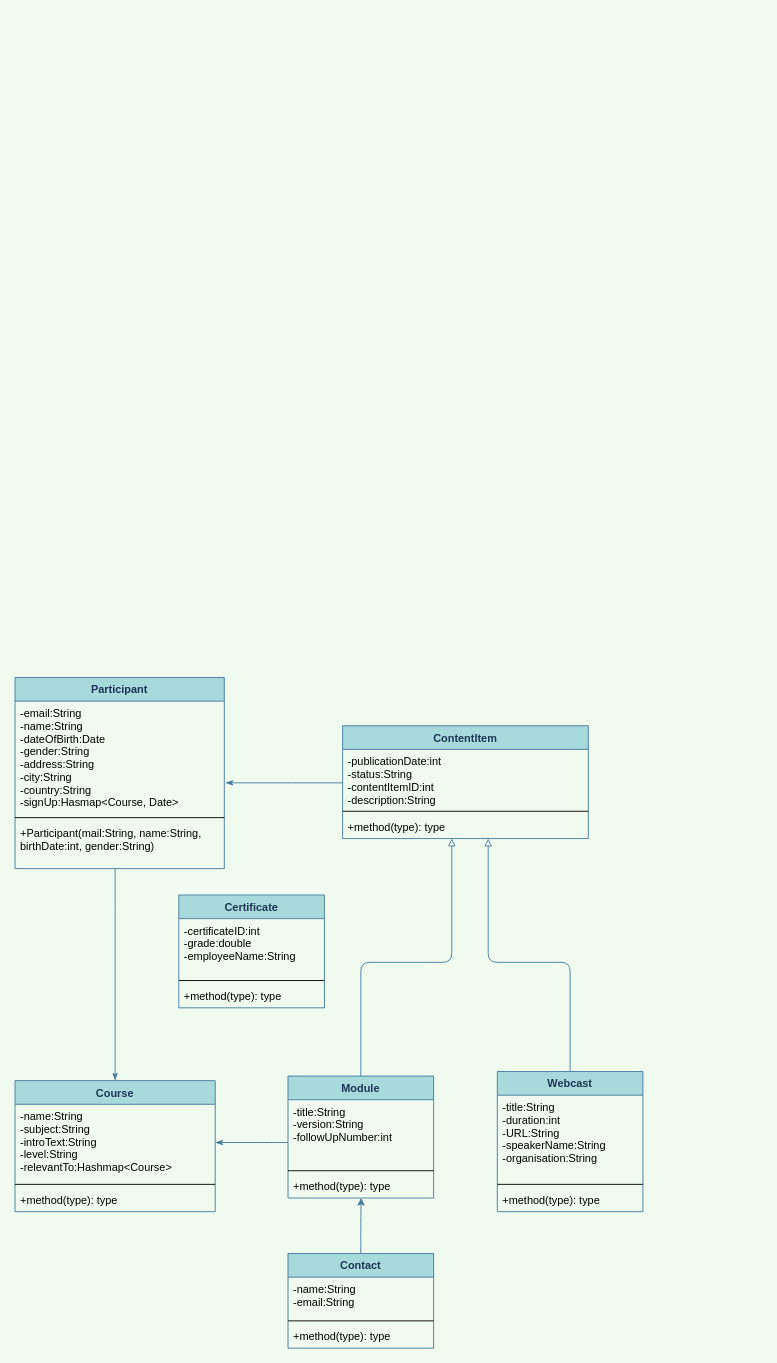
Earlier version of the draw.io diagram Diagrammen/Class diagram.drawio (TeaDrinkingProgrammer/MRLS-programmeren2). Source tidied: cells renumbered, new cells numbered last; positions are measured from the earlier drawing's top-left corner, leaving out a move shared by most shapes. Both pictures are drawn from the tidied source at 91%, with x=0, y=0 at pixel (15, 677).
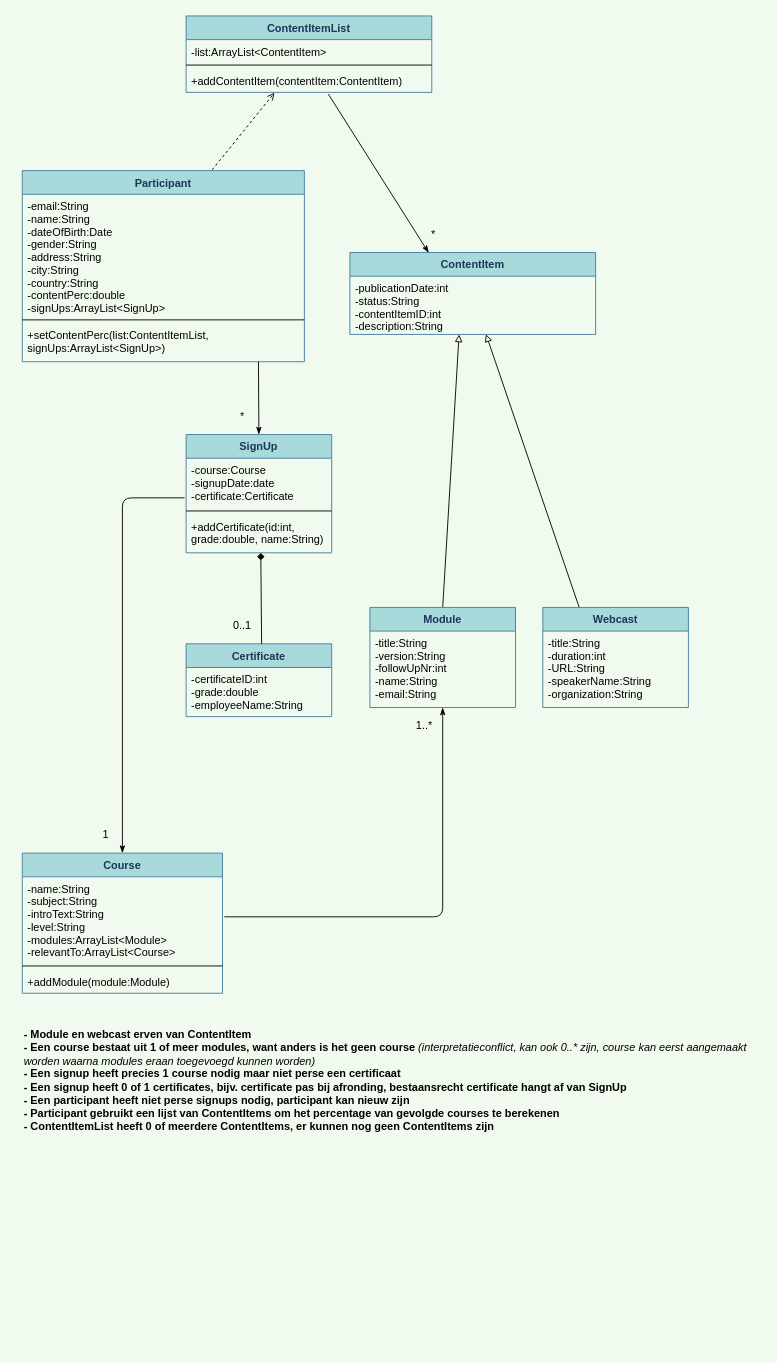
After the change.

Commit message (it also covers changes not shown here):
nieuwe diagrammen met feedback erbij

Unchanged cells that the change refers to:
```xml
<mxCell id="4" value="-publicationDate:int&#10;-status:String&#10;-contentItemID:int&#10;-description:String" style="text;strokeColor=none;fillColor=none;align=left;verticalAlign=top;spacingLeft=4;spacingRight=4;overflow=hidden;points=[[0,0.5],[1,0.5]];portConstraint=eastwest;" parent="3" vertex="1">
  <mxGeometry y="26" width="270" height="64" as="geometry" />
</mxCell>
```

What changed in the source:
```diff
@@
-    <mxCell id="2" style="edgeStyle=orthogonalEdgeStyle;curved=0;rounded=1;sketch=0;jettySize=auto;html=1;startArrow=none;startFill=0;endArrow=classicThin;endFill=1;strokeColor=#457B9D;fillColor=#A8DADC;fontColor=#1D3557;entryX=1.005;entryY=0.724;entryDx=0;entryDy=0;entryPerimeter=0;" parent="1" edge="1" source="3" target="24">
-      <mxGeometry relative="1" as="geometry">
-        <Array as="points">
-          <mxPoint x="295" y="115" />
-        </Array>
-      </mxGeometry>
+    <mxCell id="2" style="rounded=1;sketch=0;jettySize=auto;html=1;startArrow=none;startFill=0;endArrow=classicThin;endFill=1;fillColor=#A8DADC;fontColor=#1D3557;entryX=0.321;entryY=0.005;entryDx=0;entryDy=0;entryPerimeter=0;exitX=0.579;exitY=1.071;exitDx=0;exitDy=0;exitPerimeter=0;" parent="1" edge="1" source="39" target="3">
+      <mxGeometry relative="1" as="geometry" />
     </mxCell>
     <mxCell id="3" value="ContentItem" style="swimlane;fontStyle=1;align=center;verticalAlign=top;horizontal=1;startSize=26;rounded=0;sketch=0;strokeColor=#457B9D;fillColor=#A8DADC;fontColor=#1D3557;" parent="1" vertex="1">
-      <mxGeometry x="360" y="53" width="270" height="124" as="geometry" />
+      <mxGeometry x="368" y="-467" width="270" height="90" as="geometry" />
     </mxCell>
@@
-    <mxCell id="5" style="line;strokeWidth=1;fillColor=none;align=left;verticalAlign=middle;spacingTop=-1;spacingLeft=3;spacingRight=3;labelPosition=right;" parent="3" vertex="1">
-      <mxGeometry y="90" width="270" height="8" as="geometry" />
-    </mxCell>
-    <mxCell id="6" value="+method(type): type" style="text;strokeColor=none;fillColor=none;align=left;verticalAlign=top;spacingLeft=4;spacingRight=4;overflow=hidden;" parent="3" vertex="1">
-      <mxGeometry y="98" width="270" height="26" as="geometry" />
-    </mxCell>
-    <mxCell id="7" style="edgeStyle=orthogonalEdgeStyle;curved=0;rounded=1;sketch=0;jettySize=auto;html=1;startArrow=none;startFill=0;endArrow=block;endFill=0;strokeColor=#457B9D;fillColor=#A8DADC;fontColor=#1D3557;" parent="1" edge="1" source="9">
+    <mxCell id="7" style="rounded=1;sketch=0;jettySize=auto;html=1;startArrow=none;startFill=0;endArrow=block;endFill=0;fillColor=#A8DADC;fontColor=#1D3557;exitX=0.5;exitY=0;exitDx=0;exitDy=0;" parent="3" edge="1" source="9">
       <mxGeometry relative="1" as="geometry">
-        <mxPoint x="480" y="177" as="targetPoint" />
-        <Array as="points">
-          <mxPoint x="380" y="313" />
-          <mxPoint x="480" y="313" />
-        </Array>
+        <mxPoint x="120" y="90" as="targetPoint" />
       </mxGeometry>
     </mxCell>
-    <mxCell id="8" style="edgeStyle=orthogonalEdgeStyle;curved=0;rounded=1;sketch=0;jettySize=auto;html=1;entryX=1;entryY=0.5;entryDx=0;entryDy=0;startArrow=none;startFill=0;endArrow=classicThin;endFill=1;strokeColor=#457B9D;fillColor=#A8DADC;fontColor=#1D3557;" parent="1" edge="1" source="9" target="19">
+    <mxCell id="8" style="rounded=1;sketch=0;jettySize=auto;html=1;startArrow=classicThin;startFill=1;endArrow=none;endFill=0;fillColor=#A8DADC;fontColor=#1D3557;" parent="1" edge="1" source="9">
       <mxGeometry relative="1" as="geometry">
+        <mxPoint x="230" y="263" as="targetPoint" />
         <Array as="points">
-          <mxPoint x="280" y="511" />
-          <mxPoint x="280" y="511" />
+          <mxPoint x="470" y="263" />
         </Array>
       </mxGeometry>
     </mxCell>
     <mxCell id="9" value="Module" style="swimlane;fontStyle=1;align=center;verticalAlign=top;horizontal=1;startSize=26;rounded=0;sketch=0;strokeColor=#457B9D;fillColor=#A8DADC;fontColor=#1D3557;" parent="1" vertex="1">
-      <mxGeometry x="300" y="438" width="160" height="134" as="geometry" />
+      <mxGeometry x="390" y="-77" width="160" height="110" as="geometry" />
     </mxCell>
-    <mxCell id="10" value="-title:String&#10;-version:String&#10;-followUpNumber:int" style="text;strokeColor=none;fillColor=none;align=left;verticalAlign=top;spacingLeft=4;spacingRight=4;overflow=hidden;" parent="9" vertex="1">
-      <mxGeometry y="26" width="160" height="74" as="geometry" />
+    <mxCell id="10" value="-title:String&#10;-version:String&#10;-followUpNr:int&#10;-name:String&#10;-email:String" style="text;strokeColor=none;fillColor=none;align=left;verticalAlign=top;spacingLeft=4;spacingRight=4;overflow=hidden;" parent="9" vertex="1">
+      <mxGeometry y="26" width="160" height="84" as="geometry" />
     </mxCell>
-    <mxCell id="11" style="line;strokeWidth=1;fillColor=none;align=left;verticalAlign=middle;spacingTop=-1;spacingLeft=3;spacingRight=3;labelPosition=right;" parent="9" vertex="1">
-      <mxGeometry y="100" width="160" height="8" as="geometry" />
-    </mxCell>
-    <mxCell id="12" value="+method(type): type" style="text;strokeColor=none;fillColor=none;align=left;verticalAlign=top;spacingLeft=4;spacingRight=4;overflow=hidden;points=[[0,0.5],[1,0.5]];portConstraint=eastwest;" parent="9" vertex="1">
-      <mxGeometry y="108" width="160" height="26" as="geometry" />
-    </mxCell>
-    <mxCell id="13" style="edgeStyle=orthogonalEdgeStyle;curved=0;rounded=1;sketch=0;jettySize=auto;html=1;startArrow=none;startFill=0;endArrow=block;endFill=0;strokeColor=#457B9D;fillColor=#A8DADC;fontColor=#1D3557;" parent="1" edge="1" source="14">
-      <mxGeometry relative="1" as="geometry">
-        <mxPoint x="520" y="177" as="targetPoint" />
-        <Array as="points">
-          <mxPoint x="610" y="313" />
-          <mxPoint x="520" y="313" />
-          <mxPoint x="520" y="177" />
-        </Array>
-      </mxGeometry>
+    <mxCell id="13" style="rounded=1;sketch=0;jettySize=auto;html=1;startArrow=none;startFill=0;endArrow=block;endFill=0;fillColor=#A8DADC;fontColor=#1D3557;entryX=0.554;entryY=0.997;entryDx=0;entryDy=0;entryPerimeter=0;exitX=0.25;exitY=0;exitDx=0;exitDy=0;" parent="1" edge="1" source="14" target="4">
+      <mxGeometry relative="1" as="geometry" />
     </mxCell>
     <mxCell id="14" value="Webcast" style="swimlane;fontStyle=1;align=center;verticalAlign=top;horizontal=1;startSize=26;rounded=0;sketch=0;strokeColor=#457B9D;fillColor=#A8DADC;fontColor=#1D3557;" parent="1" vertex="1">
-      <mxGeometry x="530" y="433" width="160" height="154" as="geometry" />
+      <mxGeometry x="580" y="-77" width="160" height="110" as="geometry" />
     </mxCell>
-    <mxCell id="15" value="-title:String&#10;-duration:int&#10;-URL:String&#10;-speakerName:String&#10;-organisation:String" style="text;strokeColor=none;fillColor=none;align=left;verticalAlign=top;spacingLeft=4;spacingRight=4;overflow=hidden;fontStyle=0;" parent="14" vertex="1">
-      <mxGeometry y="26" width="160" height="94" as="geometry" />
+    <mxCell id="15" value="-title:String&#10;-duration:int&#10;-URL:String&#10;-speakerName:String&#10;-organization:String" style="text;strokeColor=none;fillColor=none;align=left;verticalAlign=top;spacingLeft=4;spacingRight=4;overflow=hidden;fontStyle=0;" parent="14" vertex="1">
+      <mxGeometry y="26" width="160" height="84" as="geometry" />
     </mxCell>
-    <mxCell id="16" style="line;strokeWidth=1;fillColor=none;align=left;verticalAlign=middle;spacingTop=-1;spacingLeft=3;spacingRight=3;labelPosition=right;" parent="14" vertex="1">
-      <mxGeometry y="120" width="160" height="8" as="geometry" />
-    </mxCell>
-    <mxCell id="17" value="+method(type): type" style="text;strokeColor=none;fillColor=none;align=left;verticalAlign=top;spacingLeft=4;spacingRight=4;overflow=hidden;" parent="14" vertex="1">
-      <mxGeometry y="128" width="160" height="26" as="geometry" />
-    </mxCell>
     <mxCell id="18" value="Course" style="swimlane;fontStyle=1;align=center;verticalAlign=top;horizontal=1;startSize=26;rounded=0;sketch=0;strokeColor=#457B9D;fillColor=#A8DADC;fontColor=#1D3557;" parent="1" vertex="1">
-      <mxGeometry y="443" width="220" height="144" as="geometry" />
+      <mxGeometry x="8" y="193" width="220" height="154" as="geometry" />
     </mxCell>
-    <mxCell id="19" value="-name:String&#10;-subject:String&#10;-introText:String&#10;-level:String&#10;-relevantTo:Hashmap&lt;Course&gt;" style="text;strokeColor=none;fillColor=none;align=left;verticalAlign=top;spacingLeft=4;spacingRight=4;overflow=hidden;points=[[0,0.5],[1,0.5]];portConstraint=eastwest;" parent="18" vertex="1">
-      <mxGeometry y="26" width="220" height="84" as="geometry" />
+    <mxCell id="19" value="-name:String&#10;-subject:String&#10;-introText:String&#10;-level:String&#10;-modules:ArrayList&lt;Module&gt;&#10;-relevantTo:ArrayList&lt;Course&gt;&#10;" style="text;strokeColor=none;fillColor=none;align=left;verticalAlign=top;spacingLeft=4;spacingRight=4;overflow=hidden;points=[[0,0.5],[1,0.5]];portConstraint=eastwest;" parent="18" vertex="1">
+      <mxGeometry y="26" width="220" height="94" as="geometry" />
     </mxCell>
     <mxCell id="20" style="line;strokeWidth=1;fillColor=none;align=left;verticalAlign=middle;spacingTop=-1;spacingLeft=3;spacingRight=3;labelPosition=right;" parent="18" vertex="1">
-      <mxGeometry y="110" width="220" height="8" as="geometry" />
+      <mxGeometry y="120" width="220" height="8" as="geometry" />
     </mxCell>
-    <mxCell id="21" value="+method(type): type" style="text;strokeColor=none;fillColor=none;align=left;verticalAlign=top;spacingLeft=4;spacingRight=4;overflow=hidden;" parent="18" vertex="1">
-      <mxGeometry y="118" width="220" height="26" as="geometry" />
+    <mxCell id="21" value="+addModule(module:Module)" style="text;strokeColor=none;fillColor=none;align=left;verticalAlign=top;spacingLeft=4;spacingRight=4;overflow=hidden;" parent="18" vertex="1">
+      <mxGeometry y="128" width="220" height="26" as="geometry" />
     </mxCell>
-    <mxCell id="22" style="edgeStyle=orthogonalEdgeStyle;curved=0;rounded=1;sketch=0;jettySize=auto;html=1;entryX=0.5;entryY=0;entryDx=0;entryDy=0;startArrow=none;startFill=0;endArrow=classicThin;endFill=1;strokeColor=#457B9D;fillColor=#A8DADC;fontColor=#1D3557;" parent="1" edge="1" source="23" target="18">
-      <mxGeometry relative="1" as="geometry">
-        <Array as="points">
-          <mxPoint x="110" y="263" />
-          <mxPoint x="110" y="263" />
-        </Array>
-      </mxGeometry>
+    <mxCell id="22" style="rounded=1;sketch=0;jettySize=auto;html=1;entryX=0.5;entryY=0;entryDx=0;entryDy=0;startArrow=none;startFill=0;endArrow=classicThin;endFill=1;fillColor=#A8DADC;fontColor=#1D3557;edgeStyle=orthogonalEdgeStyle;exitX=-0.011;exitY=0.807;exitDx=0;exitDy=0;exitPerimeter=0;" parent="1" edge="1" source="42" target="18">
+      <mxGeometry relative="1" as="geometry" />
     </mxCell>
     <mxCell id="23" value="Participant" style="swimlane;fontStyle=1;align=center;verticalAlign=top;horizontal=1;startSize=26;rounded=0;sketch=0;strokeColor=#457B9D;fillColor=#A8DADC;fontColor=#1D3557;" parent="1" vertex="1">
-      <mxGeometry width="230" height="210" as="geometry" />
+      <mxGeometry x="8" y="-557" width="310" height="210" as="geometry" />
     </mxCell>
-    <mxCell id="24" value="-email:String&#10;-name:String&#10;-dateOfBirth:Date&#10;-gender:String&#10;-address:String&#10;-city:String&#10;-country:String&#10;-signUp:Hasmap&lt;Course, Date&gt;" style="text;strokeColor=none;fillColor=none;align=left;verticalAlign=top;spacingLeft=4;spacingRight=4;overflow=hidden;points=[[0,0.5],[1,0.5]];portConstraint=eastwest;" parent="23" vertex="1">
-      <mxGeometry y="26" width="230" height="124" as="geometry" />
+    <mxCell id="24" value="-email:String&#10;-name:String&#10;-dateOfBirth:Date&#10;-gender:String&#10;-address:String&#10;-city:String&#10;-country:String&#10;-contentPerc:double&#10;-signUps:ArrayList&lt;SignUp&gt;" style="text;strokeColor=none;fillColor=none;align=left;verticalAlign=top;spacingLeft=4;spacingRight=4;overflow=hidden;points=[[0,0.5],[1,0.5]];portConstraint=eastwest;" parent="23" vertex="1">
+      <mxGeometry y="26" width="310" height="134" as="geometry" />
     </mxCell>
     <mxCell id="25" style="line;strokeWidth=1;fillColor=none;align=left;verticalAlign=middle;spacingTop=-1;spacingLeft=3;spacingRight=3;labelPosition=right;" parent="23" vertex="1">
-      <mxGeometry y="150" width="230" height="8" as="geometry" />
+      <mxGeometry y="160" width="310" height="8" as="geometry" />
     </mxCell>
-    <mxCell id="26" value="+Participant(mail:String, name:String,&#10;birthDate:int, gender:String)" style="text;strokeColor=none;fillColor=none;align=left;verticalAlign=top;spacingLeft=4;spacingRight=4;overflow=hidden;" parent="23" vertex="1">
-      <mxGeometry y="158" width="230" height="52" as="geometry" />
+    <mxCell id="26" value="+setContentPerc(list:ContentItemList,&#10;signUps:ArrayList&lt;SignUp&gt;)" style="text;strokeColor=none;fillColor=none;align=left;verticalAlign=top;spacingLeft=4;spacingRight=4;overflow=hidden;" parent="23" vertex="1">
+      <mxGeometry y="168" width="310" height="42" as="geometry" />
     </mxCell>
     <mxCell id="27" value="Certificate" style="swimlane;fontStyle=1;align=center;verticalAlign=top;horizontal=1;startSize=26;rounded=0;sketch=0;strokeColor=#457B9D;fillColor=#A8DADC;fontColor=#1D3557;" parent="1" vertex="1">
-      <mxGeometry x="180" y="239" width="160" height="124" as="geometry" />
+      <mxGeometry x="188" y="-37" width="160" height="80" as="geometry" />
     </mxCell>
     <mxCell id="28" value="-certificateID:int&#10;-grade:double&#10;-employeeName:String&#10;" style="text;strokeColor=none;fillColor=none;align=left;verticalAlign=top;spacingLeft=4;spacingRight=4;overflow=hidden;" parent="27" vertex="1">
-      <mxGeometry y="26" width="160" height="64" as="geometry" />
+      <mxGeometry y="26" width="160" height="54" as="geometry" />
     </mxCell>
-    <mxCell id="29" style="line;strokeWidth=1;fillColor=none;align=left;verticalAlign=middle;spacingTop=-1;spacingLeft=3;spacingRight=3;labelPosition=right;" parent="27" vertex="1">
-      <mxGeometry y="90" width="160" height="8" as="geometry" />
-    </mxCell>
-    <mxCell id="30" value="+method(type): type" style="text;strokeColor=none;fillColor=none;align=left;verticalAlign=top;spacingLeft=4;spacingRight=4;overflow=hidden;" parent="27" vertex="1">
-      <mxGeometry y="98" width="160" height="26" as="geometry" />
-    </mxCell>
-    <mxCell id="31" style="edgeStyle=orthogonalEdgeStyle;curved=0;rounded=1;sketch=0;jettySize=auto;html=1;entryX=0.502;entryY=0.994;entryDx=0;entryDy=0;entryPerimeter=0;strokeColor=#457B9D;fillColor=#A8DADC;fontColor=#1D3557;" parent="1" edge="1" source="32" target="12">
-      <mxGeometry relative="1" as="geometry" />
-    </mxCell>
-    <mxCell id="32" value="Contact" style="swimlane;fontStyle=1;align=center;verticalAlign=top;horizontal=1;startSize=26;rounded=0;sketch=0;strokeColor=#457B9D;fillColor=#A8DADC;fontColor=#1D3557;" parent="1" vertex="1">
-      <mxGeometry x="300" y="633" width="160" height="104" as="geometry" />
-    </mxCell>
-    <mxCell id="33" value="-name:String&#10;-email:String" style="text;strokeColor=none;fillColor=none;align=left;verticalAlign=top;spacingLeft=4;spacingRight=4;overflow=hidden;" parent="32" vertex="1">
-      <mxGeometry y="26" width="160" height="44" as="geometry" />
-    </mxCell>
-    <mxCell id="34" style="line;strokeWidth=1;fillColor=none;align=left;verticalAlign=middle;spacingTop=-1;spacingLeft=3;spacingRight=3;labelPosition=right;" parent="32" vertex="1">
-      <mxGeometry y="70" width="160" height="8" as="geometry" />
-    </mxCell>
-    <mxCell id="35" value="+method(type): type" style="text;strokeColor=none;fillColor=none;align=left;verticalAlign=top;spacingLeft=4;spacingRight=4;overflow=hidden;" parent="32" vertex="1">
-      <mxGeometry y="78" width="160" height="26" as="geometry" />
-    </mxCell>
+    <mxCell id="36" value="ContentItemList" style="swimlane;fontStyle=1;align=center;verticalAlign=top;horizontal=1;startSize=26;rounded=0;sketch=0;strokeColor=#457B9D;fillColor=#A8DADC;fontColor=#1D3557;" parent="1" vertex="1">
+      <mxGeometry x="188" y="-727" width="270" height="84" as="geometry" />
+    </mxCell>
+    <mxCell id="37" value="-list:ArrayList&lt;ContentItem&gt;" style="text;strokeColor=none;fillColor=none;align=left;verticalAlign=top;spacingLeft=4;spacingRight=4;overflow=hidden;" parent="36" vertex="1">
+      <mxGeometry y="26" width="270" height="24" as="geometry" />
+    </mxCell>
+    <mxCell id="38" style="line;strokeWidth=1;fillColor=none;align=left;verticalAlign=middle;spacingTop=-1;spacingLeft=3;spacingRight=3;labelPosition=right;" parent="36" vertex="1">
+      <mxGeometry y="50" width="270" height="8" as="geometry" />
+    </mxCell>
+    <mxCell id="39" value="+addContentItem(contentItem:ContentItem)" style="text;strokeColor=none;fillColor=none;align=left;verticalAlign=top;spacingLeft=4;spacingRight=4;overflow=hidden;points=[[0,0.5],[1,0.5]];portConstraint=eastwest;" parent="36" vertex="1">
+      <mxGeometry y="58" width="270" height="26" as="geometry" />
+    </mxCell>
+    <mxCell id="40" style="endArrow=open;dashed=1;html=1;exitX=0.673;exitY=-0.004;exitDx=0;exitDy=0;exitPerimeter=0;startArrow=none;startFill=0;endFill=0;entryX=0.36;entryY=1.016;entryDx=0;entryDy=0;entryPerimeter=0;" parent="1" edge="1" source="23" target="39">
+      <mxGeometry relative="1" as="geometry" />
+    </mxCell>
+    <mxCell id="41" value="SignUp" style="swimlane;fontStyle=1;align=center;verticalAlign=top;horizontal=1;startSize=26;rounded=0;sketch=0;strokeColor=#457B9D;fillColor=#A8DADC;fontColor=#1D3557;" parent="1" vertex="1">
+      <mxGeometry x="188" y="-267" width="160" height="130" as="geometry" />
+    </mxCell>
+    <mxCell id="42" value="-course:Course&#10;-signupDate:date&#10;-certificate:Certificate" style="text;strokeColor=none;fillColor=none;align=left;verticalAlign=top;spacingLeft=4;spacingRight=4;overflow=hidden;points=[[0,0.5],[1,0.5]];portConstraint=eastwest;" parent="41" vertex="1">
+      <mxGeometry y="26" width="160" height="54" as="geometry" />
+    </mxCell>
+    <mxCell id="43" style="line;strokeWidth=1;fillColor=none;align=left;verticalAlign=middle;spacingTop=-1;spacingLeft=3;spacingRight=3;labelPosition=right;" parent="41" vertex="1">
+      <mxGeometry y="80" width="160" height="8" as="geometry" />
+    </mxCell>
+    <mxCell id="44" value="+addCertificate(id:int,&#10;grade:double, name:String)" style="text;strokeColor=none;fillColor=none;align=left;verticalAlign=top;spacingLeft=4;spacingRight=4;overflow=hidden;points=[[0,0.5],[1,0.5]];portConstraint=eastwest;" parent="41" vertex="1">
+      <mxGeometry y="88" width="160" height="42" as="geometry" />
+    </mxCell>
+    <mxCell id="45" style="endArrow=diamond;html=1;strokeColor=#000000;startArrow=none;startFill=0;endFill=1;entryX=0.513;entryY=1;entryDx=0;entryDy=0;entryPerimeter=0;" parent="1" edge="1" target="44">
+      <mxGeometry relative="1" as="geometry">
+        <mxPoint x="271" y="-37" as="sourcePoint" />
+      </mxGeometry>
+    </mxCell>
+    <mxCell id="46" style="endArrow=none;html=1;strokeColor=#000000;entryX=0.513;entryY=1.106;entryDx=0;entryDy=0;entryPerimeter=0;startArrow=classicThin;startFill=1;endFill=0;exitX=0.5;exitY=0;exitDx=0;exitDy=0;" parent="1" edge="1" source="41">
+      <mxGeometry relative="1" as="geometry">
+        <mxPoint x="267.5" y="-347" as="targetPoint" />
+      </mxGeometry>
+    </mxCell>
+    <mxCell id="47" value="0..1" style="text;html=1;strokeColor=none;fillColor=none;align=center;verticalAlign=middle;whiteSpace=wrap;rounded=0;" parent="1" vertex="1">
+      <mxGeometry x="230" y="-67" width="40" height="20" as="geometry" />
+    </mxCell>
+    <mxCell id="48" value="*" style="text;html=1;strokeColor=none;fillColor=none;align=center;verticalAlign=middle;whiteSpace=wrap;rounded=0;" parent="1" vertex="1">
+      <mxGeometry x="230" y="-297" width="40" height="20" as="geometry" />
+    </mxCell>
+    <mxCell id="49" value="1" style="text;html=1;strokeColor=none;fillColor=none;align=center;verticalAlign=middle;whiteSpace=wrap;rounded=0;" parent="1" vertex="1">
+      <mxGeometry x="80" y="163" width="40" height="20" as="geometry" />
+    </mxCell>
+    <mxCell id="50" value="1..*" style="text;html=1;strokeColor=none;fillColor=none;align=center;verticalAlign=middle;whiteSpace=wrap;rounded=0;" parent="1" vertex="1">
+      <mxGeometry x="430" y="43" width="40" height="20" as="geometry" />
+    </mxCell>
+    <mxCell id="51" value="*" style="text;html=1;strokeColor=none;fillColor=none;align=center;verticalAlign=middle;whiteSpace=wrap;rounded=0;" parent="1" vertex="1">
+      <mxGeometry x="440" y="-497" width="40" height="20" as="geometry" />
+    </mxCell>
+    <mxCell id="52" value="&lt;b&gt;- Module en webcast erven van ContentItem&lt;/b&gt;&lt;br&gt;&lt;b&gt;- Een course bestaat uit 1 of meer modules, want anders is het geen course&amp;nbsp;&lt;/b&gt;&lt;i&gt;(interpretatieconflict, kan ook 0..* zijn, course kan eerst aangemaakt worden waarna modules eraan toegevoegd kunnen worden)&lt;/i&gt;&lt;br&gt;&lt;b&gt;- Een signup heeft precies 1 course nodig maar niet perse een certificaat&lt;br&gt;- Een signup heeft 0 of 1 certificates,&amp;nbsp;&lt;/b&gt;&lt;b&gt;bijv.&amp;nbsp;&lt;/b&gt;&lt;b&gt;certificate pas bij afronding, bestaansrecht certificate hangt af van SignUp&lt;/b&gt;&lt;br&gt;&lt;b&gt;- Een participant heeft niet perse signups nodig, participant kan nieuw zijn&lt;/b&gt;&lt;br&gt;&lt;b&gt;- Participant gebruikt een lijst van ContentItems om het percentage van gevolgde courses te berekenen&lt;/b&gt;&lt;br&gt;&lt;b&gt;- ContentItemList heeft 0 of meerdere ContentItems, er kunnen nog geen ContentItems zijn&lt;/b&gt;" style="text;html=1;strokeColor=none;fillColor=none;align=left;verticalAlign=middle;whiteSpace=wrap;rounded=0;" parent="1" vertex="1">
+      <mxGeometry x="8" y="373" width="812" height="140" as="geometry" />
+    </mxCell>
```
